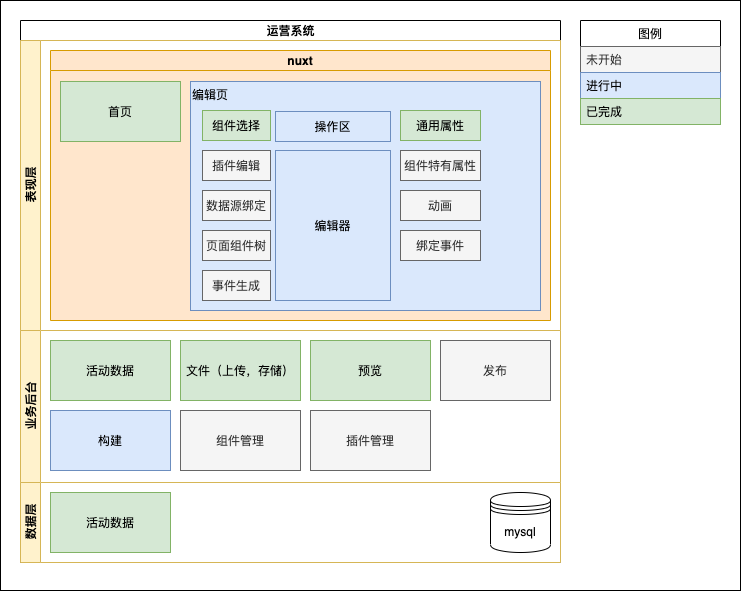
The draw.io diagram file/运营系统.png in zaberz/drawiofile, before a commit. Source tidied: cells renumbered, new cells last; positions are measured from the earlier drawing's top-left corner, leaving out a move shared by most shapes.
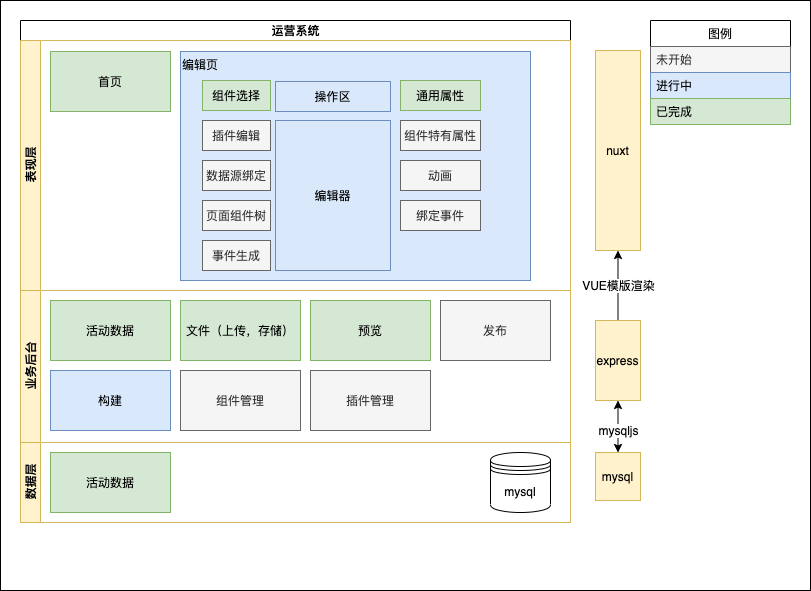
After the commit.

Commit message:
更新运营系统.png

Diff of the diagram source:
```diff
@@ -3,58 +3,58 @@
     <mxCell id="0" />
     <mxCell id="1" parent="0" />
     <mxCell id="2" style="rounded=0;whiteSpace=wrap;html=1;" parent="1" vertex="1">
-      <mxGeometry width="740" height="590" as="geometry" />
+      <mxGeometry width="810" height="590" as="geometry" />
     </mxCell>
     <mxCell id="3" value="运营系统" style="swimlane;html=1;horizontal=1;startSize=20;swimlaneFillColor=#FFB570;" parent="1" vertex="1">
-      <mxGeometry x="20" y="20" width="540" height="542" as="geometry" />
+      <mxGeometry x="20" y="20" width="550" height="502" as="geometry" />
     </mxCell>
     <mxCell id="4" value="表现层" style="swimlane;html=1;startSize=20;horizontal=0;swimlaneFillColor=#ffffff;fillColor=#fff2cc;strokeColor=#d6b656;" parent="3" vertex="1">
-      <mxGeometry y="20" width="540" height="290" as="geometry" />
+      <mxGeometry y="20" width="550" height="250" as="geometry" />
     </mxCell>
-    <mxCell id="5" value="nuxt" style="swimlane;startSize=20;swimlaneFillColor=#FFE6CC;align=center;fillColor=#ffe6cc;strokeColor=#d79b00;" parent="4" vertex="1">
-      <mxGeometry x="30" y="10" width="500" height="270" as="geometry" />
-    </mxCell>
-    <mxCell id="6" value="首页" style="rounded=0;whiteSpace=wrap;html=1;align=center;fillColor=#d5e8d4;strokeColor=#82b366;" parent="5" vertex="1">
-      <mxGeometry x="10" y="31" width="120" height="60" as="geometry" />
+    <mxCell id="6" value="首页" style="rounded=0;whiteSpace=wrap;html=1;align=center;fillColor=#d5e8d4;strokeColor=#82b366;" parent="4" vertex="1">
+      <mxGeometry x="30" y="11" width="120" height="60" as="geometry" />
     </mxCell>
+    <mxCell id="34" style="group;" parent="4" vertex="1">
+      <mxGeometry x="160" y="11" width="350" height="229" as="geometry" />
+    </mxCell>
-    <mxCell id="7" value="编辑页" style="rounded=0;whiteSpace=wrap;html=1;align=left;horizontal=1;verticalAlign=top;fillColor=#dae8fc;strokeColor=#6c8ebf;" parent="5" vertex="1">
-      <mxGeometry x="140" y="31" width="350" height="229" as="geometry" />
+    <mxCell id="7" value="编辑页" style="rounded=0;whiteSpace=wrap;html=1;align=left;horizontal=1;verticalAlign=top;fillColor=#dae8fc;strokeColor=#6c8ebf;shadow=0;" parent="34" vertex="1">
+      <mxGeometry width="350" height="229" as="geometry" />
     </mxCell>
-    <mxCell id="8" value="组件选择" style="rounded=0;whiteSpace=wrap;html=1;align=center;fillColor=#d5e8d4;strokeColor=#82b366;" parent="5" vertex="1">
-      <mxGeometry x="152" y="60" width="68" height="30" as="geometry" />
+    <mxCell id="8" value="组件选择" style="rounded=0;whiteSpace=wrap;html=1;align=center;fillColor=#d5e8d4;strokeColor=#82b366;shadow=0;" parent="34" vertex="1">
+      <mxGeometry x="22" y="29" width="68" height="30" as="geometry" />
     </mxCell>
-    <mxCell id="9" value="&lt;span style=&quot;text-align: left&quot;&gt;插件编辑&lt;/span&gt;" style="rounded=0;whiteSpace=wrap;html=1;align=center;fillColor=#f5f5f5;strokeColor=#666666;fontColor=#333333;" parent="5" vertex="1">
-      <mxGeometry x="152" y="100" width="68" height="30" as="geometry" />
+    <mxCell id="9" value="&lt;span style=&quot;text-align: left&quot;&gt;插件编辑&lt;/span&gt;" style="rounded=0;whiteSpace=wrap;html=1;align=center;fillColor=#f5f5f5;strokeColor=#666666;fontColor=#333333;shadow=0;" parent="34" vertex="1">
+      <mxGeometry x="22" y="69" width="68" height="30" as="geometry" />
     </mxCell>
-    <mxCell id="10" value="&lt;span style=&quot;text-align: left&quot;&gt;数据源绑定&lt;/span&gt;" style="rounded=0;whiteSpace=wrap;html=1;align=center;fillColor=#f5f5f5;strokeColor=#666666;fontColor=#333333;" parent="5" vertex="1">
-      <mxGeometry x="152" y="140" width="68" height="30" as="geometry" />
+    <mxCell id="10" value="&lt;span style=&quot;text-align: left&quot;&gt;数据源绑定&lt;/span&gt;" style="rounded=0;whiteSpace=wrap;html=1;align=center;fillColor=#f5f5f5;strokeColor=#666666;fontColor=#333333;shadow=0;" parent="34" vertex="1">
+      <mxGeometry x="22" y="109" width="68" height="30" as="geometry" />
     </mxCell>
-    <mxCell id="11" value="页面组件树" style="rounded=0;whiteSpace=wrap;html=1;align=center;fillColor=#f5f5f5;strokeColor=#666666;fontColor=#333333;" parent="5" vertex="1">
-      <mxGeometry x="152" y="180" width="68" height="30" as="geometry" />
+    <mxCell id="11" value="页面组件树" style="rounded=0;whiteSpace=wrap;html=1;align=center;fillColor=#f5f5f5;strokeColor=#666666;fontColor=#333333;shadow=0;" parent="34" vertex="1">
+      <mxGeometry x="22" y="149" width="68" height="30" as="geometry" />
     </mxCell>
-    <mxCell id="12" value="编辑器" style="rounded=0;whiteSpace=wrap;html=1;align=center;fillColor=#dae8fc;strokeColor=#6c8ebf;" parent="5" vertex="1">
-      <mxGeometry x="225" y="100" width="115" height="150" as="geometry" />
+    <mxCell id="12" value="编辑器" style="rounded=0;whiteSpace=wrap;html=1;align=center;fillColor=#dae8fc;strokeColor=#6c8ebf;shadow=0;" parent="34" vertex="1">
+      <mxGeometry x="95" y="69" width="115" height="150" as="geometry" />
     </mxCell>
-    <mxCell id="13" value="通用属性" style="rounded=0;whiteSpace=wrap;html=1;align=center;fillColor=#d5e8d4;strokeColor=#82b366;" parent="5" vertex="1">
-      <mxGeometry x="350" y="60" width="80" height="30" as="geometry" />
+    <mxCell id="13" value="通用属性" style="rounded=0;whiteSpace=wrap;html=1;align=center;fillColor=#d5e8d4;strokeColor=#82b366;shadow=0;" parent="34" vertex="1">
+      <mxGeometry x="220" y="29" width="80" height="30" as="geometry" />
     </mxCell>
-    <mxCell id="14" value="组件特有属性" style="rounded=0;whiteSpace=wrap;html=1;align=center;fillColor=#f5f5f5;strokeColor=#666666;fontColor=#333333;" parent="5" vertex="1">
-      <mxGeometry x="350" y="100" width="80" height="30" as="geometry" />
+    <mxCell id="14" value="组件特有属性" style="rounded=0;whiteSpace=wrap;html=1;align=center;fillColor=#f5f5f5;strokeColor=#666666;fontColor=#333333;shadow=0;" parent="34" vertex="1">
+      <mxGeometry x="220" y="69" width="80" height="30" as="geometry" />
     </mxCell>
-    <mxCell id="15" value="动画" style="rounded=0;whiteSpace=wrap;html=1;align=center;fillColor=#f5f5f5;strokeColor=#666666;fontColor=#333333;" parent="5" vertex="1">
-      <mxGeometry x="350" y="140" width="80" height="30" as="geometry" />
+    <mxCell id="15" value="动画" style="rounded=0;whiteSpace=wrap;html=1;align=center;fillColor=#f5f5f5;strokeColor=#666666;fontColor=#333333;shadow=0;" parent="34" vertex="1">
+      <mxGeometry x="220" y="109" width="80" height="30" as="geometry" />
     </mxCell>
-    <mxCell id="16" value="绑定事件" style="rounded=0;whiteSpace=wrap;html=1;align=center;fillColor=#f5f5f5;strokeColor=#666666;fontColor=#333333;" parent="5" vertex="1">
-      <mxGeometry x="350" y="180" width="80" height="30" as="geometry" />
+    <mxCell id="16" value="绑定事件" style="rounded=0;whiteSpace=wrap;html=1;align=center;fillColor=#f5f5f5;strokeColor=#666666;fontColor=#333333;shadow=0;" parent="34" vertex="1">
+      <mxGeometry x="220" y="149" width="80" height="30" as="geometry" />
     </mxCell>
-    <mxCell id="17" value="事件生成" style="rounded=0;whiteSpace=wrap;html=1;align=center;fillColor=#f5f5f5;strokeColor=#666666;fontColor=#333333;" parent="5" vertex="1">
-      <mxGeometry x="152" y="220" width="68" height="30" as="geometry" />
+    <mxCell id="17" value="事件生成" style="rounded=0;whiteSpace=wrap;html=1;align=center;fillColor=#f5f5f5;strokeColor=#666666;fontColor=#333333;shadow=0;" parent="34" vertex="1">
+      <mxGeometry x="22" y="189" width="68" height="30" as="geometry" />
     </mxCell>
-    <mxCell id="18" value="操作区" style="rounded=0;whiteSpace=wrap;html=1;align=center;fillColor=#dae8fc;strokeColor=#6c8ebf;" parent="5" vertex="1">
-      <mxGeometry x="225" y="61" width="115" height="30" as="geometry" />
+    <mxCell id="18" value="操作区" style="rounded=0;whiteSpace=wrap;html=1;align=center;fillColor=#dae8fc;strokeColor=#6c8ebf;shadow=0;" parent="34" vertex="1">
+      <mxGeometry x="95" y="30" width="115" height="30" as="geometry" />
     </mxCell>
     <mxCell id="19" value="业务后台" style="swimlane;html=1;startSize=20;horizontal=0;swimlaneFillColor=#ffffff;fillColor=#fff2cc;strokeColor=#d6b656;" parent="3" vertex="1">
-      <mxGeometry y="310" width="540" height="152" as="geometry" />
+      <mxGeometry y="270" width="550" height="152" as="geometry" />
     </mxCell>
     <mxCell id="20" value="活动数据" style="whiteSpace=wrap;html=1;fillColor=#d5e8d4;strokeColor=#82b366;" parent="19" vertex="1">
       <mxGeometry x="30" y="10" width="120" height="60" as="geometry" />
@@ -78,7 +78,7 @@
       <mxGeometry x="420" y="10" width="110" height="60" as="geometry" />
     </mxCell>
     <mxCell id="27" value="数据层" style="swimlane;html=1;startSize=20;horizontal=0;swimlaneFillColor=#ffffff;fillColor=#fff2cc;strokeColor=#d6b656;" parent="3" vertex="1">
-      <mxGeometry y="462" width="540" height="80" as="geometry" />
+      <mxGeometry y="422" width="550" height="80" as="geometry" />
     </mxCell>
     <mxCell id="28" value="活动数据" style="whiteSpace=wrap;html=1;fillColor=#d5e8d4;strokeColor=#82b366;" parent="27" vertex="1">
       <mxGeometry x="30" y="10" width="120" height="60" as="geometry" />
@@ -87,7 +87,7 @@
       <mxGeometry x="470" y="10" width="60" height="60" as="geometry" />
     </mxCell>
     <mxCell id="30" value="图例" style="swimlane;fontStyle=0;horizontal=1;startSize=26;fillColor=none;" parent="1" vertex="1">
-      <mxGeometry x="580" y="20" width="140" height="104" as="geometry" />
+      <mxGeometry x="650" y="20" width="140" height="104" as="geometry" />
     </mxCell>
     <mxCell id="31" value="未开始" style="text;strokeColor=#666666;fillColor=#f5f5f5;align=left;verticalAlign=top;spacingLeft=4;spacingRight=4;overflow=hidden;fontColor=#333333;" parent="30" vertex="1">
       <mxGeometry y="26" width="140" height="26" as="geometry" />
@@ -98,5 +98,23 @@
     <mxCell id="33" value="已完成" style="text;strokeColor=#82b366;fillColor=#d5e8d4;align=left;verticalAlign=top;spacingLeft=4;spacingRight=4;overflow=hidden;" parent="30" vertex="1">
       <mxGeometry y="78" width="140" height="26" as="geometry" />
     </mxCell>
+    <mxCell id="5" value="nuxt" style="rounded=0;whiteSpace=wrap;html=1;shadow=0;fillColor=#fff2cc;strokeColor=#d6b656;" parent="1" vertex="1">
+      <mxGeometry x="595" y="50" width="45" height="200" as="geometry" />
+    </mxCell>
+    <mxCell id="35" value="VUE模版渲染" style="edgeStyle=orthogonalEdgeStyle;rounded=0;jettySize=auto;html=1;" parent="1" edge="1" source="36" target="5">
+      <mxGeometry relative="1" as="geometry" />
+    </mxCell>
+    <mxCell id="36" value="express" style="rounded=0;whiteSpace=wrap;html=1;shadow=0;fillColor=#fff2cc;strokeColor=#d6b656;" parent="1" vertex="1">
+      <mxGeometry x="595" y="320" width="45" height="80" as="geometry" />
+    </mxCell>
+    <mxCell id="37" value="mysql" style="rounded=0;whiteSpace=wrap;html=1;shadow=0;fillColor=#fff2cc;strokeColor=#d6b656;" parent="1" vertex="1">
+      <mxGeometry x="595" y="452" width="45" height="48" as="geometry" />
+    </mxCell>
+    <mxCell id="38" style="endArrow=classic;startArrow=classic;html=1;exitX=0.5;exitY=0;exitDx=0;exitDy=0;entryX=0.5;entryY=1;entryDx=0;entryDy=0;" parent="1" edge="1" source="37" target="36">
+      <mxGeometry relative="1" as="geometry" />
+    </mxCell>
+    <mxCell id="39" value="mysqljs" style="edgeLabel;html=1;align=center;verticalAlign=middle;" parent="38" vertex="1">
+      <mxGeometry x="-0.13" relative="1" as="geometry" />
+    </mxCell>
   </root>
 </mxGraphModel>
```
